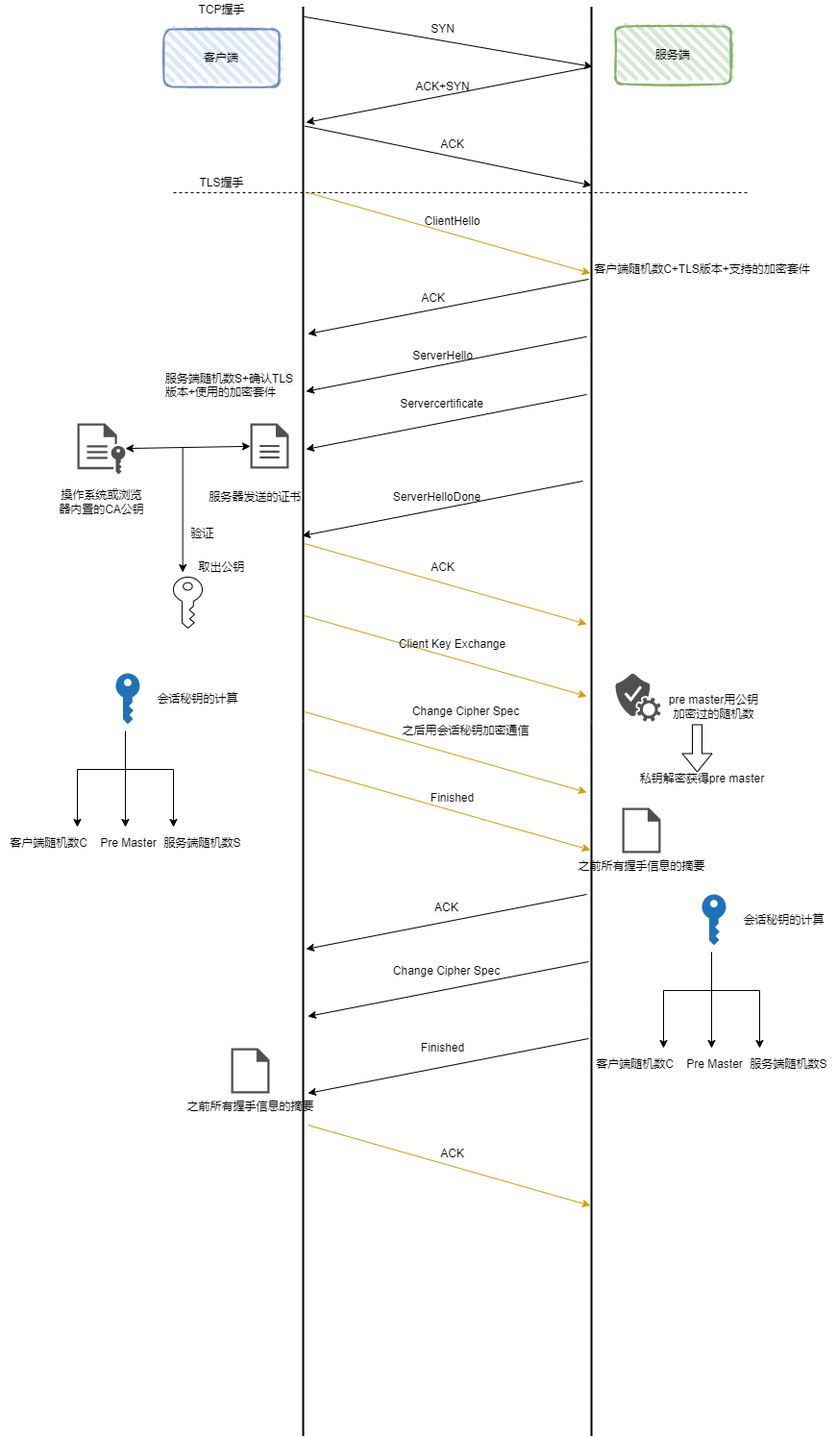
whitestorm0316/blog-image keeps this draw.io diagram as img/Untitled Diagram.drawio.png. Above is the earlier version. Source tidied: cells renumbered, new cells last; positions are measured from the earlier drawing's top-left corner, leaving out a move shared by most shapes.
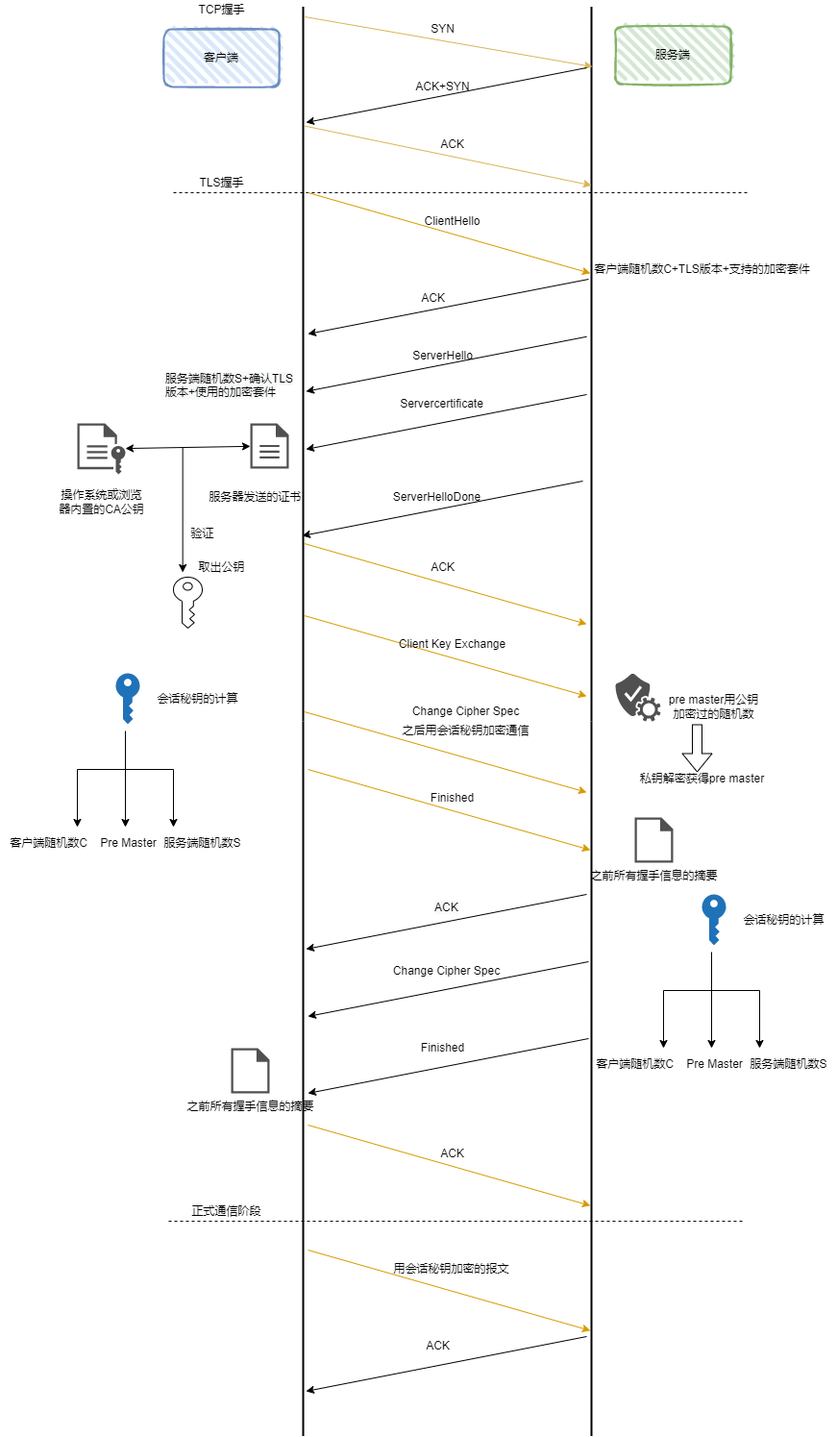
Later version of the same file.

What changed in the source:
```diff
@@ -11,7 +11,7 @@
     <mxCell id="4" style="line;strokeWidth=2;direction=south;html=1;" parent="1" vertex="1">
       <mxGeometry x="610" y="6.5" width="10" height="743.5" as="geometry" />
     </mxCell>
-    <mxCell id="5" style="endArrow=classic;html=1;rounded=0;entryX=0.084;entryY=0.4;entryDx=0;entryDy=0;entryPerimeter=0;exitX=0.014;exitY=0.4;exitDx=0;exitDy=0;exitPerimeter=0;" parent="1" edge="1" source="3" target="4">
+    <mxCell id="5" style="endArrow=classic;html=1;rounded=0;entryX=0.084;entryY=0.4;entryDx=0;entryDy=0;entryPerimeter=0;exitX=0.014;exitY=0.4;exitDx=0;exitDy=0;exitPerimeter=0;fillColor=#fff2cc;strokeColor=#d6b656;" parent="1" edge="1" source="3" target="4">
       <mxGeometry relative="1" as="geometry" />
     </mxCell>
     <mxCell id="6" style="endArrow=classic;html=1;rounded=0;entryX=0.162;entryY=0.2;entryDx=0;entryDy=0;entryPerimeter=0;" parent="1" edge="1" target="3">
@@ -19,7 +19,7 @@
         <mxPoint x="610" y="70" as="sourcePoint" />
       </mxGeometry>
     </mxCell>
-    <mxCell id="7" style="endArrow=classic;html=1;rounded=0;exitX=0.167;exitY=0.3;exitDx=0;exitDy=0;exitPerimeter=0;entryX=0.25;entryY=0.5;entryDx=0;entryDy=0;entryPerimeter=0;" parent="1" edge="1" source="3" target="4">
+    <mxCell id="7" style="endArrow=classic;html=1;rounded=0;exitX=0.167;exitY=0.3;exitDx=0;exitDy=0;exitPerimeter=0;entryX=0.25;entryY=0.5;entryDx=0;entryDy=0;entryPerimeter=0;fillColor=#fff2cc;strokeColor=#d6b656;" parent="1" edge="1" source="3" target="4">
       <mxGeometry relative="1" as="geometry" />
     </mxCell>
     <mxCell id="8" style="endArrow=none;dashed=1;html=1;rounded=0;" parent="1" edge="1">
@@ -199,7 +199,7 @@
       <mxGeometry x="440" y="820" width="60" height="20" as="geometry" />
     </mxCell>
     <mxCell id="53" value="之前所有握手信息的摘要" style="sketch=0;shadow=0;dashed=0;html=1;strokeColor=none;fillColor=#505050;labelPosition=center;verticalLabelPosition=bottom;verticalAlign=top;align=center;shape=mxgraph.office.concepts.document_blank;" parent="1" vertex="1">
-      <mxGeometry x="647" y="840" width="40" height="47" as="geometry" />
+      <mxGeometry x="660" y="850" width="40" height="47" as="geometry" />
     </mxCell>
     <mxCell id="54" value="Change Cipher Spec" style="text;html=1;align=center;verticalAlign=middle;strokeColor=none;fillColor=none;" parent="1" vertex="1">
       <mxGeometry x="399" y="1000" width="130" height="20" as="geometry" />
@@ -306,5 +306,32 @@
     <mxCell id="78" value="私钥解密获得pre master" style="text;html=1;align=center;verticalAlign=middle;strokeColor=none;fillColor=none;" parent="1" vertex="1">
       <mxGeometry x="660" y="800" width="140" height="20" as="geometry" />
     </mxCell>
+    <mxCell id="79" style="endArrow=none;dashed=1;html=1;rounded=0;" parent="1" edge="1">
+      <mxGeometry relative="1" as="geometry">
+        <mxPoint x="175" y="1270" as="sourcePoint" />
+        <mxPoint x="775" y="1270" as="targetPoint" />
+      </mxGeometry>
+    </mxCell>
+    <mxCell id="80" style="endArrow=classic;html=1;rounded=0;entryX=0.373;entryY=0.614;entryDx=0;entryDy=0;entryPerimeter=0;fillColor=#ffe6cc;strokeColor=#d79b00;" parent="1" edge="1">
+      <mxGeometry relative="1" as="geometry">
+        <mxPoint x="320" y="1300" as="sourcePoint" />
+        <mxPoint x="613.9" y="1383.8" as="targetPoint" />
+      </mxGeometry>
+    </mxCell>
+    <mxCell id="81" value="正式通信阶段" style="text;html=1;align=center;verticalAlign=middle;strokeColor=none;fillColor=none;" parent="1" vertex="1">
+      <mxGeometry x="190" y="1250" width="90" height="20" as="geometry" />
+    </mxCell>
+    <mxCell id="82" value="用会话秘钥加密的报文" style="text;html=1;align=center;verticalAlign=middle;strokeColor=none;fillColor=none;" parent="1" vertex="1">
+      <mxGeometry x="399" y="1310" width="140" height="20" as="geometry" />
+    </mxCell>
+    <mxCell id="83" style="endArrow=classic;html=1;rounded=0;entryX=0.162;entryY=0.2;entryDx=0;entryDy=0;entryPerimeter=0;" parent="1" edge="1">
+      <mxGeometry relative="1" as="geometry">
+        <mxPoint x="610" y="1390" as="sourcePoint" />
+        <mxPoint x="318" y="1446.9" as="targetPoint" />
+      </mxGeometry>
+    </mxCell>
+    <mxCell id="84" value="ACK" style="text;html=1;align=center;verticalAlign=middle;strokeColor=none;fillColor=none;" parent="1" vertex="1">
+      <mxGeometry x="435" y="1390" width="40" height="20" as="geometry" />
+    </mxCell>
   </root>
 </mxGraphModel>
```
